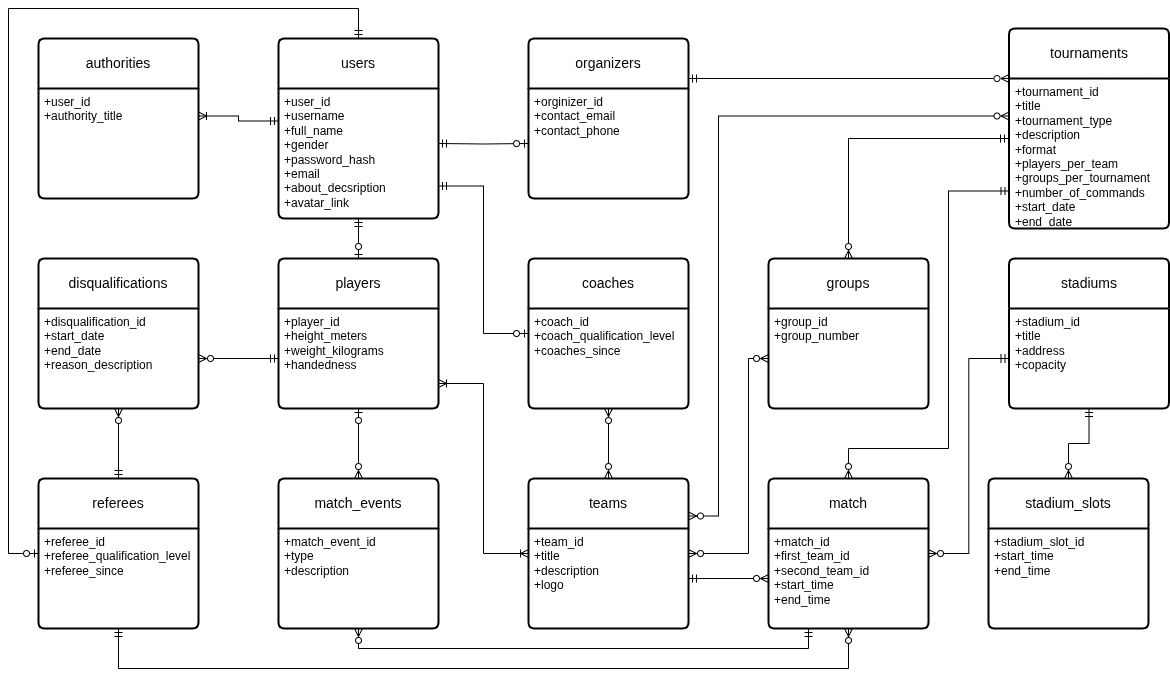
Earlier version of the draw.io export presentation/concept-model.png (vodobryshkin/is-course-work-0). Source tidied: cells renumbered, new cells last; positions are measured from the earlier drawing's top-left corner, leaving out a move shared by most shapes.
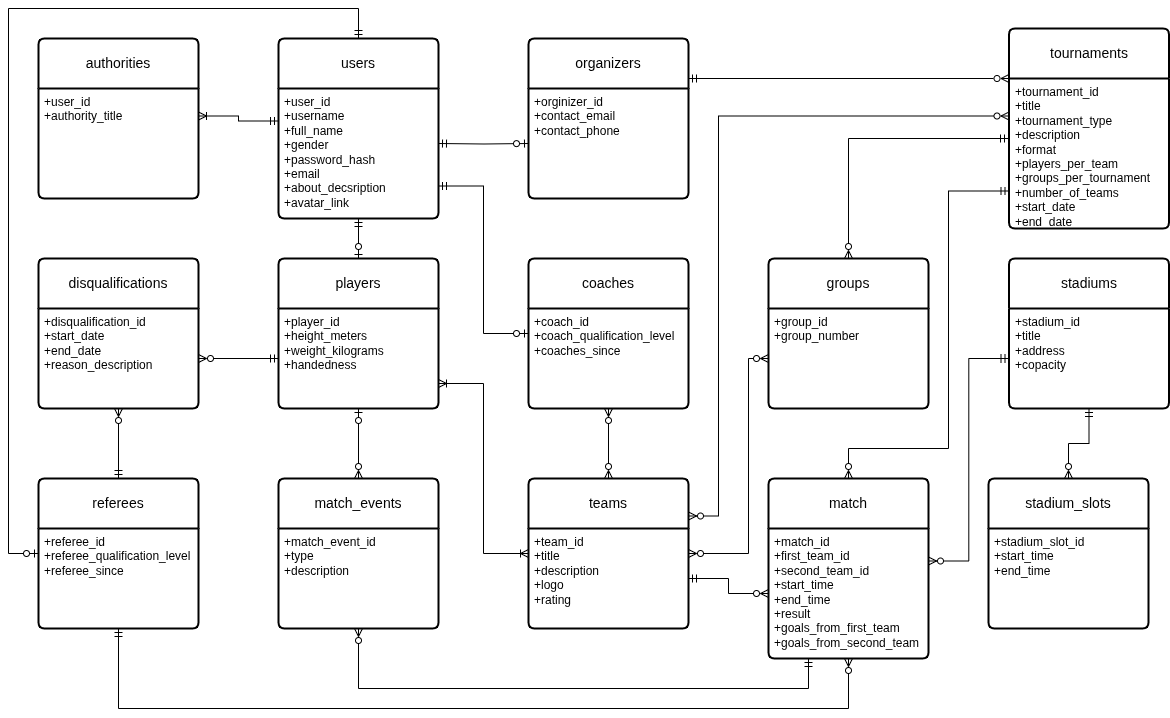
After the commit.

Commit message:
Исправил логическую и концпетуальную модели

Change to the diagram source:
```diff
@@ -18,10 +18,10 @@
       </mxGeometry>
     </mxCell>
     <mxCell id="5" value="match" style="swimlane;horizontal=1;startSize=50;rounded=1;fontSize=14;fontStyle=0;strokeWidth=2;shadow=0;dashed=0;align=center;arcSize=4;whiteSpace=wrap;html=1;" parent="1" vertex="1">
-      <mxGeometry x="760" y="470" width="160" height="150" as="geometry" />
+      <mxGeometry x="760" y="470" width="160" height="180" as="geometry" />
     </mxCell>
-    <mxCell id="6" value="+match_id&lt;br&gt;+first_team_id&lt;br&gt;+second_team_id&lt;br&gt;+start_time&lt;br style=&quot;border-color: rgb(218, 220, 224);&quot;&gt;+end_time" style="align=left;strokeColor=none;fillColor=none;spacingLeft=4;fontSize=12;verticalAlign=top;html=1;" parent="5" vertex="1">
-      <mxGeometry y="50" width="160" height="100" as="geometry" />
+    <mxCell id="6" value="+match_id&lt;br&gt;+first_team_id&lt;br&gt;+second_team_id&lt;br&gt;+start_time&lt;br style=&quot;border-color: rgb(218, 220, 224);&quot;&gt;+end_time&lt;br&gt;+result&lt;br&gt;+goals_from_first_team&lt;br&gt;+goals_from_second_team" style="align=left;strokeColor=none;fillColor=none;spacingLeft=4;fontSize=12;verticalAlign=top;html=1;" parent="5" vertex="1">
+      <mxGeometry y="50" width="160" height="130" as="geometry" />
     </mxCell>
     <mxCell id="7" style="edgeStyle=orthogonalEdgeStyle;rounded=0;jettySize=auto;html=1;entryX=0.5;entryY=1;entryDx=0;entryDy=0;endArrow=ERmandOne;endFill=0;startArrow=ERzeroToMany;startFill=0;" parent="1" edge="1" source="8" target="3">
       <mxGeometry relative="1" as="geometry" />
@@ -44,7 +44,7 @@
     <mxCell id="13" value="tournaments" style="swimlane;horizontal=1;startSize=50;rounded=1;fontSize=14;fontStyle=0;strokeWidth=2;shadow=0;dashed=0;align=center;arcSize=4;whiteSpace=wrap;html=1;" parent="1" vertex="1">
       <mxGeometry x="1000.5" y="20" width="160" height="200" as="geometry" />
     </mxCell>
-    <mxCell id="14" value="+tournament_id&lt;br&gt;+title&lt;br&gt;+tournament_type&lt;br&gt;+description&lt;br&gt;+format&lt;br&gt;+players_per_team&lt;br&gt;+groups_per_tournament&lt;br&gt;+number_of_commands&lt;br&gt;+start_date&lt;br&gt;+end_date" style="align=left;strokeColor=none;fillColor=none;spacingLeft=4;fontSize=12;verticalAlign=top;html=1;" parent="13" vertex="1">
+    <mxCell id="14" value="+tournament_id&lt;br&gt;+title&lt;br&gt;+tournament_type&lt;br&gt;+description&lt;br&gt;+format&lt;br&gt;+players_per_team&lt;br&gt;+groups_per_tournament&lt;br&gt;+number_of_teams&lt;br&gt;+start_date&lt;br&gt;+end_date" style="align=left;strokeColor=none;fillColor=none;spacingLeft=4;fontSize=12;verticalAlign=top;html=1;" parent="13" vertex="1">
       <mxGeometry y="50" width="160" height="150" as="geometry" />
     </mxCell>
     <mxCell id="15" style="edgeStyle=orthogonalEdgeStyle;rounded=0;jettySize=auto;html=1;endArrow=ERmandOne;endFill=0;startArrow=ERzeroToMany;startFill=0;" parent="1" edge="1" source="16">
@@ -91,7 +91,7 @@
     <mxCell id="25" value="teams" style="swimlane;horizontal=1;startSize=50;rounded=1;fontSize=14;fontStyle=0;strokeWidth=2;shadow=0;dashed=0;align=center;arcSize=4;whiteSpace=wrap;html=1;" parent="1" vertex="1">
       <mxGeometry x="520" y="470" width="160" height="150" as="geometry" />
     </mxCell>
-    <mxCell id="26" value="+team_id&lt;br&gt;+title&lt;br&gt;+description&lt;br&gt;+logo" style="align=left;strokeColor=none;fillColor=none;spacingLeft=4;fontSize=12;verticalAlign=top;html=1;" parent="25" vertex="1">
+    <mxCell id="26" value="+team_id&lt;br&gt;+title&lt;br&gt;+description&lt;br&gt;+logo&lt;br&gt;+rating" style="align=left;strokeColor=none;fillColor=none;spacingLeft=4;fontSize=12;verticalAlign=top;html=1;" parent="25" vertex="1">
       <mxGeometry y="50" width="160" height="100" as="geometry" />
     </mxCell>
     <mxCell id="27" style="edgeStyle=orthogonalEdgeStyle;rounded=0;jettySize=auto;html=1;entryX=0.5;entryY=1;entryDx=0;entryDy=0;endArrow=ERmandOne;endFill=0;startArrow=ERzeroToOne;startFill=0;" parent="1" edge="1" source="28" target="38">
@@ -136,16 +136,16 @@
     <mxCell id="40" style="edgeStyle=orthogonalEdgeStyle;rounded=0;jettySize=auto;html=1;entryX=0.5;entryY=1;entryDx=0;entryDy=0;exitX=0.25;exitY=1;exitDx=0;exitDy=0;startArrow=ERmandOne;startFill=0;endArrow=ERzeroToMany;endFill=0;" parent="1" edge="1" source="6" target="12">
       <mxGeometry relative="1" as="geometry">
         <Array as="points">
-          <mxPoint x="800" y="640" />
-          <mxPoint x="350" y="640" />
+          <mxPoint x="800" y="680" />
+          <mxPoint x="350" y="680" />
         </Array>
       </mxGeometry>
     </mxCell>
     <mxCell id="41" style="edgeStyle=orthogonalEdgeStyle;rounded=0;jettySize=auto;html=1;entryX=0.5;entryY=1;entryDx=0;entryDy=0;startArrow=ERzeroToMany;startFill=0;endArrow=ERmandOne;endFill=0;" parent="1" edge="1" source="6" target="24">
       <mxGeometry relative="1" as="geometry">
         <Array as="points">
-          <mxPoint x="840" y="660" />
-          <mxPoint x="110" y="660" />
+          <mxPoint x="840" y="700" />
+          <mxPoint x="110" y="700" />
         </Array>
       </mxGeometry>
     </mxCell>
```
